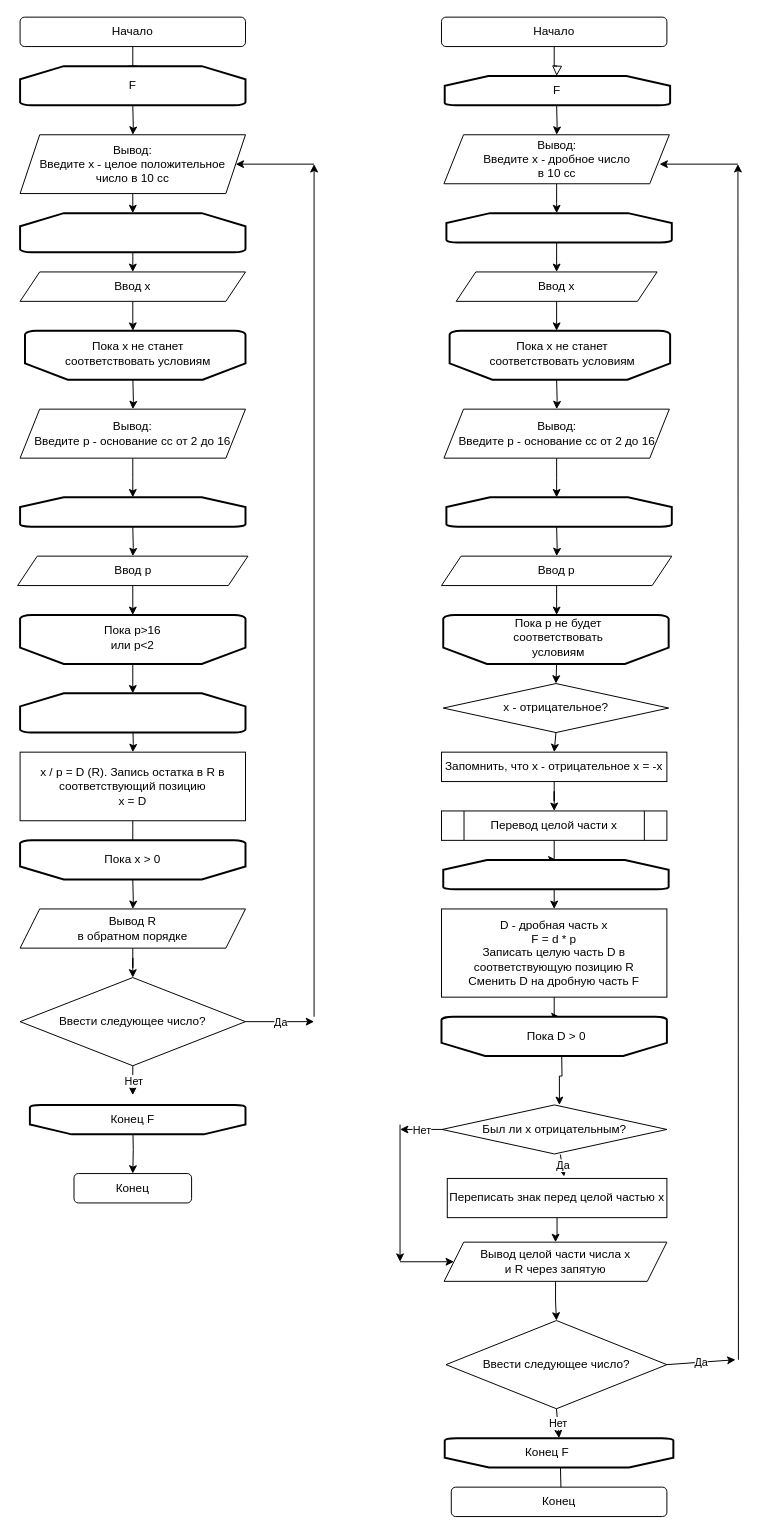
Before: Untitled Diagram.drawio in FreemanBel/inviter, a draw.io diagram. Source tidied: cells renumbered, new cells numbered last; positions are measured from the earlier drawing's top-left corner, leaving out a move shared by most shapes. Both pictures are drawn from the tidied source at 98%, with x=0, y=0 at pixel (18, 17).
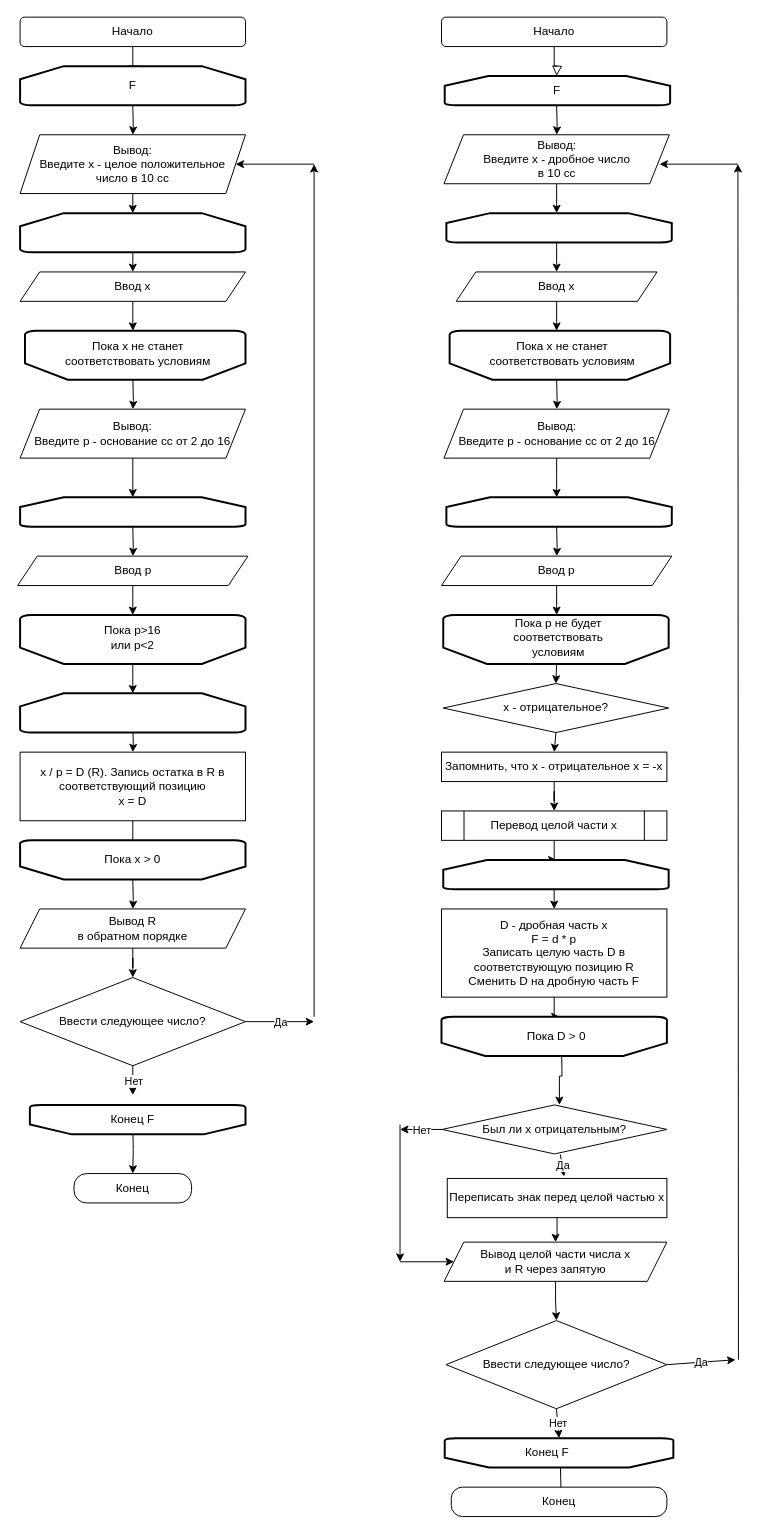
The same page after the edit.

What changed in the source:
```diff
@@
-    <mxCell id="25" value="Конец" style="rounded=1;whiteSpace=wrap;html=1;" parent="1" vertex="1">
+    <mxCell id="25" value="Конец" style="rounded=1;whiteSpace=wrap;html=1;arcSize=43;" parent="1" vertex="1">
       <mxGeometry x="57" y="1180" width="120" height="30" as="geometry" />
     </mxCell>
@@
-    <mxCell id="50" value="Конец" style="rounded=1;whiteSpace=wrap;html=1;" parent="1" vertex="1">
+    <mxCell id="50" value="Конец" style="rounded=1;whiteSpace=wrap;html=1;arcSize=38;" parent="1" vertex="1">
       <mxGeometry x="442" y="1500" width="220" height="30" as="geometry" />
     </mxCell>
```
